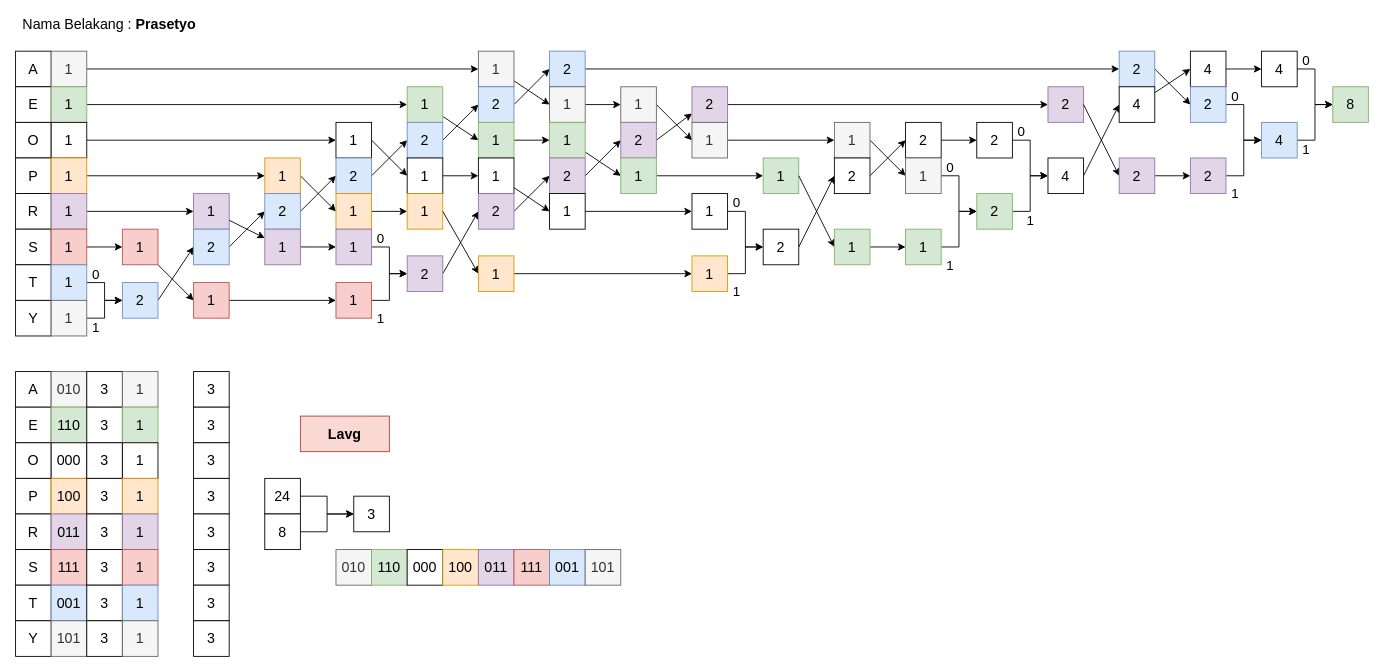
Before: page "Prasetyo" (2 of 3) of Untitled Diagram.drawio in lukmanprasetyo/Flowchart-Information-Theory, a draw.io diagram. Source tidied: cells renumbered, new cells numbered last; positions are measured from the earlier drawing's top-left corner, leaving out a move shared by most shapes. Both pictures are drawn from the tidied source at 89%, with x=0, y=0 at pixel (15, 15).
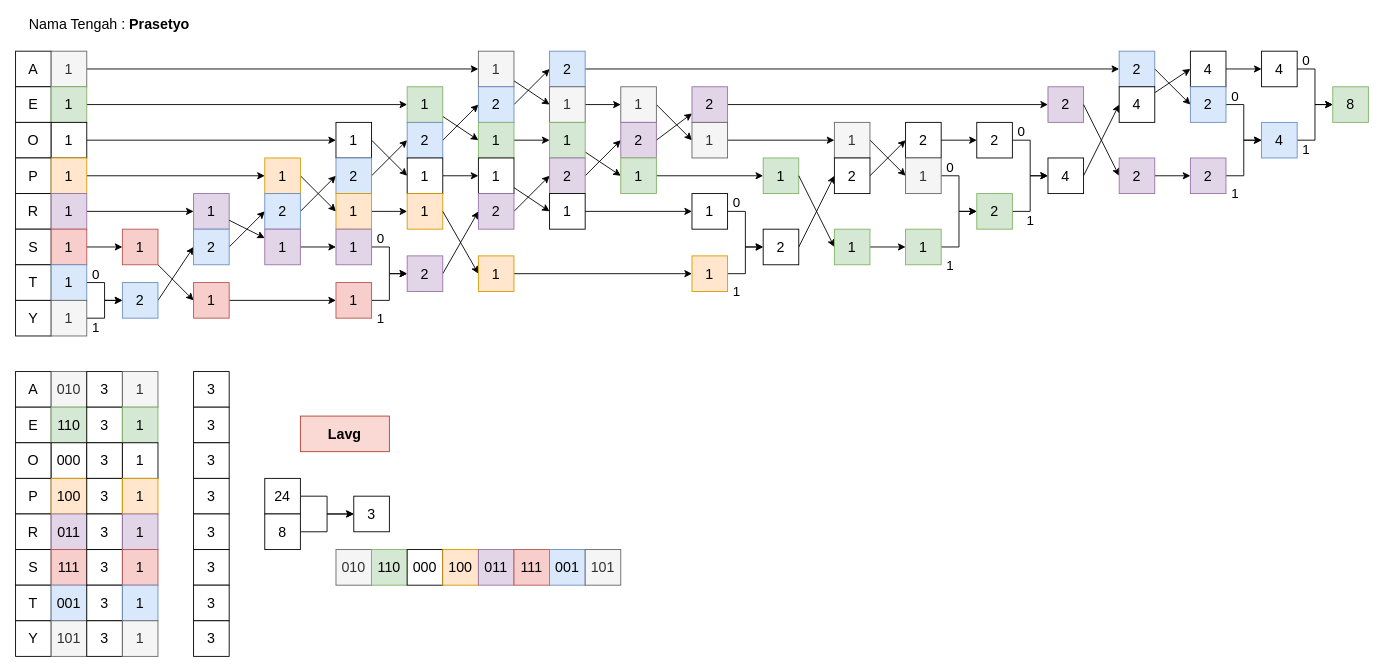
The same page after the edit.

What changed in the source:
```diff
@@
-    <mxCell id="2" value="Nama Belakang : &lt;b&gt;Prasetyo&lt;/b&gt;" style="text;html=1;align=center;verticalAlign=middle;fontSize=16;" parent="1" vertex="1">
-      <mxGeometry width="210" height="20" as="geometry" />
+    <mxCell id="2" value="Nama Tengah : &lt;b&gt;Prasetyo&lt;/b&gt;" style="text;html=1;align=center;verticalAlign=middle;fontSize=16;" parent="1" vertex="1">
+      <mxGeometry x="5" width="200" height="20" as="geometry" />
     </mxCell>
```
